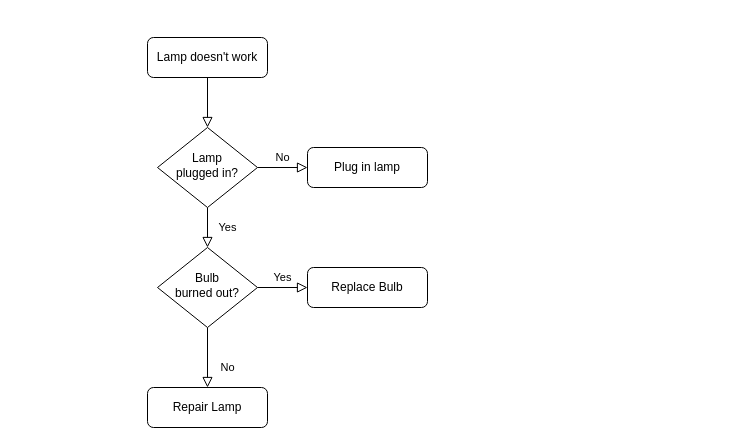
This is flowchart.drawio from LazaroFilm/fCC-project-urlshortener, a draw.io file, before an edit. Source tidied: cells renumbered, new cells numbered last; positions are measured from the earlier drawing's top-left corner, leaving out a move shared by most shapes. Both pictures are drawn from the tidied source at 100%, with x=0, y=0 at pixel (147, 37).
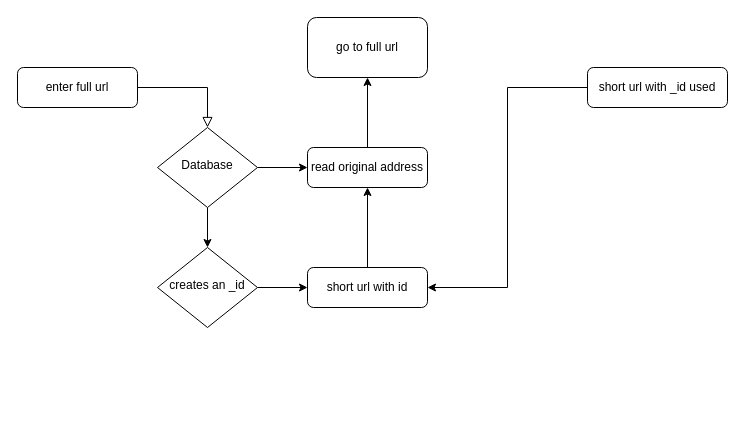
Above is the later version.

Change to the diagram source:
```diff
@@
 <mxGraphModel>
   <root>
     <mxCell id="0" />
     <mxCell id="1" parent="0" />
     <mxCell id="2" style="rounded=0;html=1;jettySize=auto;fontSize=11;endArrow=block;endFill=0;endSize=8;strokeWidth=1;shadow=0;labelBackgroundColor=none;edgeStyle=orthogonalEdgeStyle;" parent="1" edge="1" source="3" target="6">
       <mxGeometry relative="1" as="geometry" />
     </mxCell>
-    <mxCell id="3" value="Lamp doesn't work" style="rounded=1;whiteSpace=wrap;html=1;fontSize=12;glass=0;strokeWidth=1;shadow=0;" parent="1" vertex="1">
-      <mxGeometry width="120" height="40" as="geometry" />
+    <mxCell id="3" value="enter full url" style="rounded=1;whiteSpace=wrap;html=1;fontSize=12;glass=0;strokeWidth=1;shadow=0;" parent="1" vertex="1">
+      <mxGeometry x="-130" y="30" width="120" height="40" as="geometry" />
     </mxCell>
+    <mxCell id="5" style="edgeStyle=orthogonalEdgeStyle;rounded=0;jettySize=auto;html=1;" parent="1" edge="1" source="6" target="7">
+      <mxGeometry relative="1" as="geometry" />
+    </mxCell>
-    <mxCell id="4" value="Yes" style="rounded=0;html=1;jettySize=auto;fontSize=11;endArrow=block;endFill=0;endSize=8;strokeWidth=1;shadow=0;labelBackgroundColor=none;edgeStyle=orthogonalEdgeStyle;" parent="1" edge="1" source="6" target="10">
-      <mxGeometry y="20" relative="1" as="geometry" />
+    <mxCell id="4" style="edgeStyle=orthogonalEdgeStyle;rounded=0;jettySize=auto;html=1;" parent="1" edge="1" source="6" target="10">
+      <mxGeometry relative="1" as="geometry" />
     </mxCell>
-    <mxCell id="5" value="No" style="edgeStyle=orthogonalEdgeStyle;rounded=0;html=1;jettySize=auto;fontSize=11;endArrow=block;endFill=0;endSize=8;strokeWidth=1;shadow=0;labelBackgroundColor=none;" parent="1" edge="1" source="6" target="7">
-      <mxGeometry y="10" relative="1" as="geometry" />
-    </mxCell>
-    <mxCell id="6" value="Lamp&lt;br&gt;plugged in?" style="rhombus;whiteSpace=wrap;html=1;shadow=0;fontFamily=Helvetica;fontSize=12;align=center;strokeWidth=1;spacing=6;spacingTop=-4;" parent="1" vertex="1">
+    <mxCell id="6" value="Database" style="rhombus;whiteSpace=wrap;html=1;shadow=0;fontFamily=Helvetica;fontSize=12;align=center;strokeWidth=1;spacing=6;spacingTop=-4;" parent="1" vertex="1">
       <mxGeometry x="10" y="90" width="100" height="80" as="geometry" />
     </mxCell>
+    <mxCell id="13" style="edgeStyle=orthogonalEdgeStyle;rounded=0;jettySize=auto;html=1;" parent="1" edge="1" source="7" target="17">
+      <mxGeometry relative="1" as="geometry" />
+    </mxCell>
-    <mxCell id="7" value="Plug in lamp" style="rounded=1;whiteSpace=wrap;html=1;fontSize=12;glass=0;strokeWidth=1;shadow=0;" parent="1" vertex="1">
+    <mxCell id="7" value="read original address" style="rounded=1;whiteSpace=wrap;html=1;fontSize=12;glass=0;strokeWidth=1;shadow=0;" parent="1" vertex="1">
       <mxGeometry x="160" y="110" width="120" height="40" as="geometry" />
     </mxCell>
-    <mxCell id="8" value="No" style="rounded=0;html=1;jettySize=auto;fontSize=11;endArrow=block;endFill=0;endSize=8;strokeWidth=1;shadow=0;labelBackgroundColor=none;edgeStyle=orthogonalEdgeStyle;" parent="1" edge="1" source="10" target="11">
-      <mxGeometry x="0.33" y="20" relative="1" as="geometry" />
-    </mxCell>
-    <mxCell id="9" value="Yes" style="edgeStyle=orthogonalEdgeStyle;rounded=0;html=1;jettySize=auto;fontSize=11;endArrow=block;endFill=0;endSize=8;strokeWidth=1;shadow=0;labelBackgroundColor=none;" parent="1" edge="1" source="10" target="12">
-      <mxGeometry y="10" relative="1" as="geometry" />
+    <mxCell id="9" style="edgeStyle=orthogonalEdgeStyle;rounded=0;jettySize=auto;html=1;" parent="1" edge="1" source="10" target="12">
+      <mxGeometry relative="1" as="geometry" />
     </mxCell>
-    <mxCell id="10" value="Bulb&lt;br&gt;burned out?" style="rhombus;whiteSpace=wrap;html=1;shadow=0;fontFamily=Helvetica;fontSize=12;align=center;strokeWidth=1;spacing=6;spacingTop=-4;" parent="1" vertex="1">
+    <mxCell id="10" value="creates an _id" style="rhombus;whiteSpace=wrap;html=1;shadow=0;fontFamily=Helvetica;fontSize=12;align=center;strokeWidth=1;spacing=6;spacingTop=-4;" parent="1" vertex="1">
       <mxGeometry x="10" y="210" width="100" height="80" as="geometry" />
     </mxCell>
-    <mxCell id="11" value="Repair Lamp" style="rounded=1;whiteSpace=wrap;html=1;fontSize=12;glass=0;strokeWidth=1;shadow=0;" parent="1" vertex="1">
-      <mxGeometry y="350" width="120" height="40" as="geometry" />
-    </mxCell>
+    <mxCell id="14" style="edgeStyle=orthogonalEdgeStyle;rounded=0;jettySize=auto;html=1;" parent="1" edge="1" source="12" target="7">
+      <mxGeometry relative="1" as="geometry" />
+    </mxCell>
-    <mxCell id="12" value="Replace Bulb" style="rounded=1;whiteSpace=wrap;html=1;fontSize=12;glass=0;strokeWidth=1;shadow=0;" parent="1" vertex="1">
+    <mxCell id="12" value="short url with id" style="rounded=1;whiteSpace=wrap;html=1;fontSize=12;glass=0;strokeWidth=1;shadow=0;" parent="1" vertex="1">
       <mxGeometry x="160" y="230" width="120" height="40" as="geometry" />
     </mxCell>
+    <mxCell id="15" style="edgeStyle=orthogonalEdgeStyle;rounded=0;jettySize=auto;html=1;entryX=1;entryY=0.5;entryDx=0;entryDy=0;" parent="1" edge="1" source="16" target="12">
+      <mxGeometry relative="1" as="geometry" />
+    </mxCell>
+    <mxCell id="16" value="short url with _id used" style="rounded=1;whiteSpace=wrap;html=1;" parent="1" vertex="1">
+      <mxGeometry x="440" y="30" width="140" height="40" as="geometry" />
+    </mxCell>
+    <mxCell id="17" value="go to full url" style="whiteSpace=wrap;html=1;rounded=1;shadow=0;strokeWidth=1;glass=0;" parent="1" vertex="1">
+      <mxGeometry x="160" y="-20" width="120" height="60" as="geometry" />
+    </mxCell>
   </root>
 </mxGraphModel>
```
